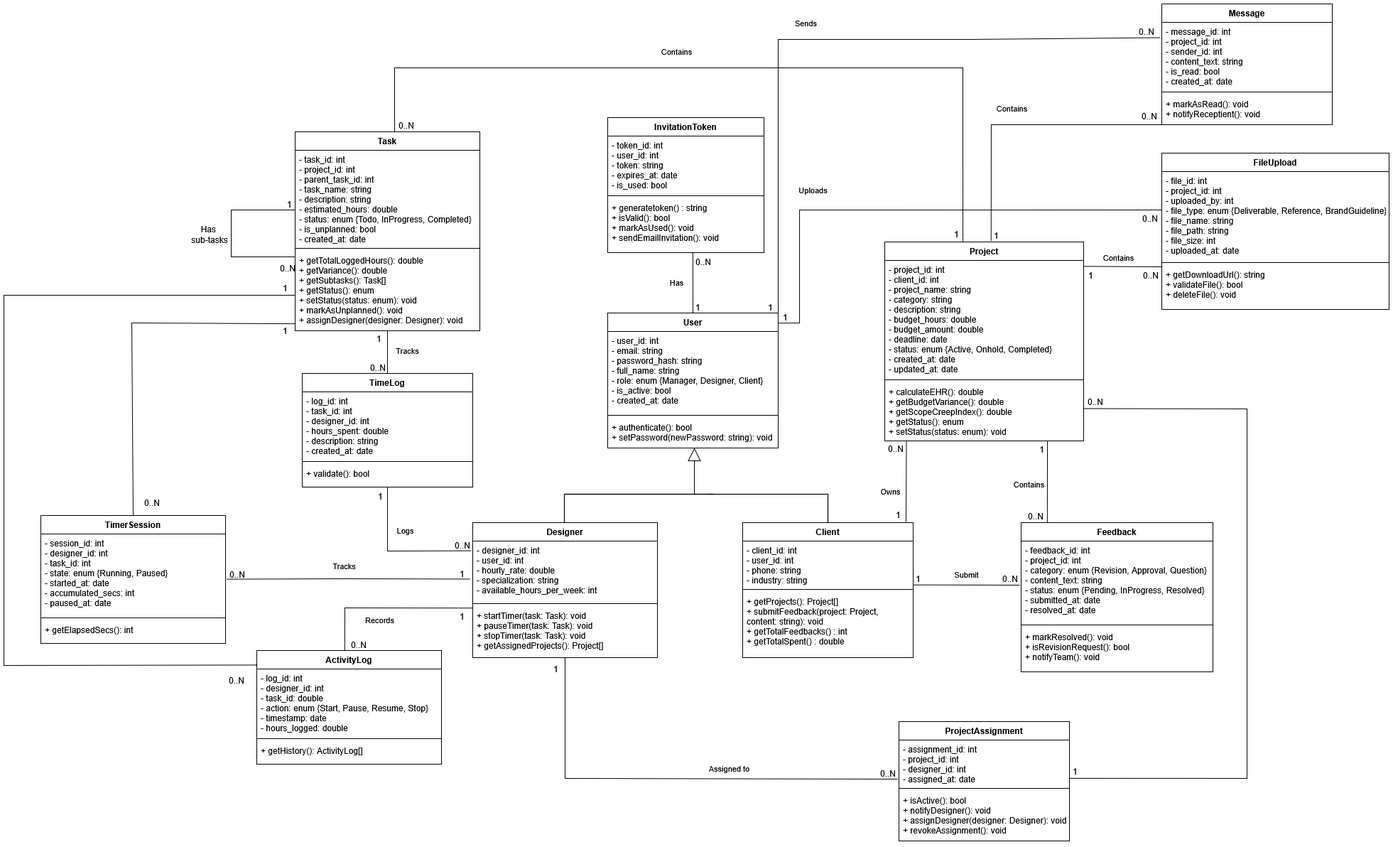
Before: docs/diagrams/ClassGlobal.drawio.png, a diagram exported from draw.io (mahdi000666/DesignFlow). Source tidied: cells renumbered, new cells last; positions are measured from the earlier drawing's top-left corner, leaving out a move shared by most shapes.
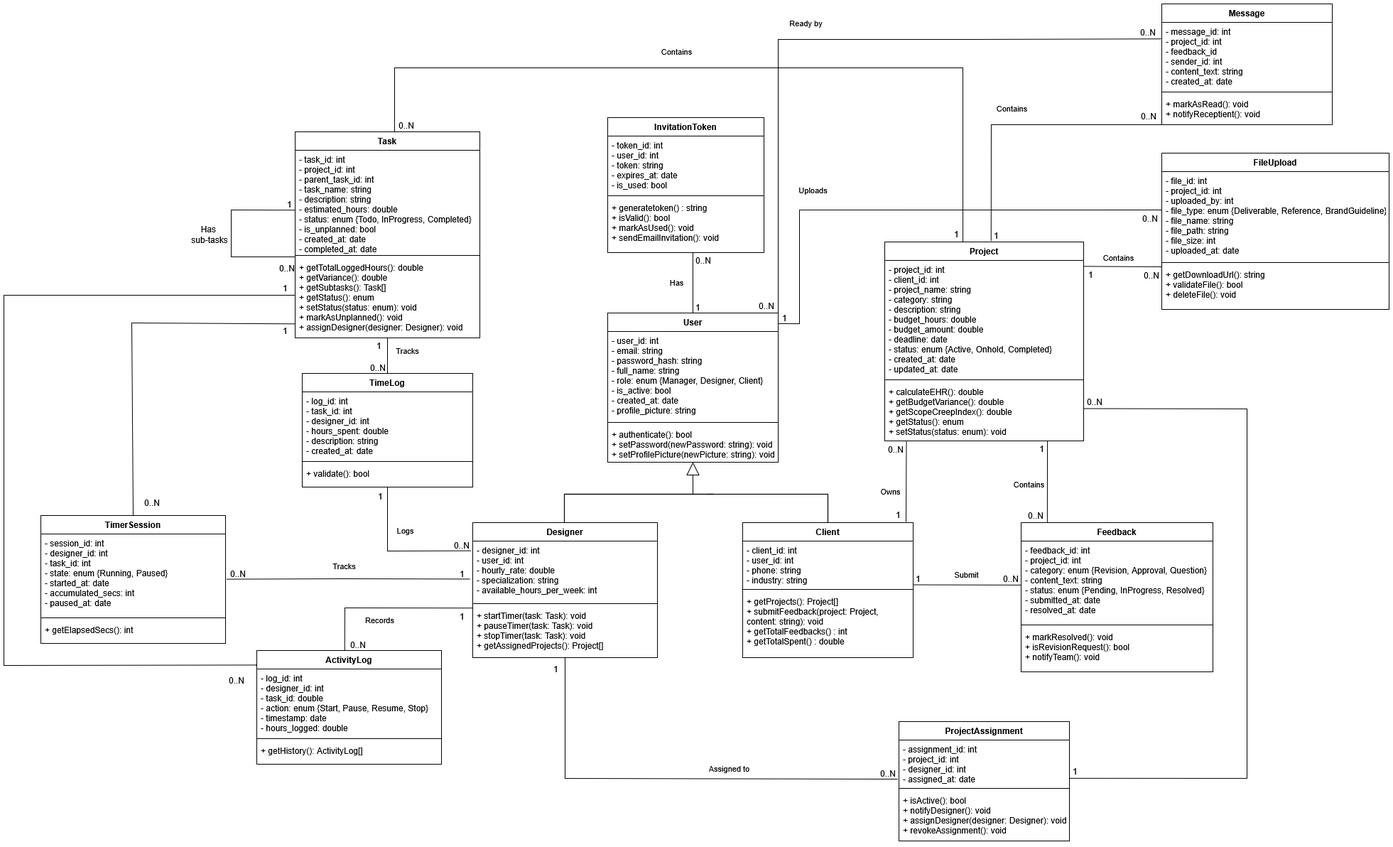
Later version of the same file.

What changed in the source:
```diff
@@ -3,16 +3,16 @@
     <mxCell id="0" />
     <mxCell id="1" parent="0" />
     <mxCell id="2" value="User" style="swimlane;fontStyle=1;align=center;verticalAlign=top;horizontal=1;startSize=26;swimlaneFillColor=default;" parent="1" vertex="1">
-      <mxGeometry x="850" y="435" width="240" height="190" as="geometry" />
+      <mxGeometry x="850" y="435" width="240" height="210" as="geometry" />
     </mxCell>
-    <mxCell id="3" value="- user_id: int&#10;- email: string&#10;- password_hash: string&#10;- full_name: string&#10;- role: enum {Manager, Designer, Client}&#10;- is_active: bool&#10;- created_at: date" style="text;strokeColor=none;fillColor=none;align=left;verticalAlign=top;spacingLeft=4;spacingRight=4;overflow=hidden;" parent="2" vertex="1">
-      <mxGeometry y="26" width="240" height="114" as="geometry" />
+    <mxCell id="3" value="- user_id: int&#10;- email: string&#10;- password_hash: string&#10;- full_name: string&#10;- role: enum {Manager, Designer, Client}&#10;- is_active: bool&#10;- created_at: date&#10;- profile_picture: string " style="text;strokeColor=none;fillColor=none;align=left;verticalAlign=top;spacingLeft=4;spacingRight=4;overflow=hidden;" parent="2" vertex="1">
+      <mxGeometry y="26" width="240" height="124" as="geometry" />
     </mxCell>
     <mxCell id="4" style="line;strokeWidth=1;fillColor=none;align=left;verticalAlign=middle;spacingTop=-1;spacingLeft=3;spacingRight=3;labelPosition=right;" parent="2" vertex="1">
-      <mxGeometry y="140" width="240" height="8" as="geometry" />
+      <mxGeometry y="150" width="240" height="8" as="geometry" />
     </mxCell>
-    <mxCell id="5" value="+ authenticate(): bool&#10;+ setPassword(newPassword: string): void" style="text;strokeColor=none;fillColor=none;align=left;verticalAlign=top;spacingLeft=4;spacingRight=4;overflow=hidden;points=[[0,0.5],[1,0.5]];portConstraint=eastwest;" parent="2" vertex="1">
-      <mxGeometry y="148" width="240" height="42" as="geometry" />
+    <mxCell id="5" value="+ authenticate(): bool&#10;+ setPassword(newPassword: string): void&#10;+ setProfilePicture(newPicture: string): void" style="text;strokeColor=none;fillColor=none;align=left;verticalAlign=top;spacingLeft=4;spacingRight=4;overflow=hidden;points=[[0,0.5],[1,0.5]];portConstraint=eastwest;" parent="2" vertex="1">
+      <mxGeometry y="158" width="240" height="52" as="geometry" />
     </mxCell>
     <mxCell id="6" value="Designer" style="swimlane;fontStyle=1;align=center;verticalAlign=top;horizontal=1;startSize=26;swimlaneFillColor=default;" parent="1" vertex="1">
       <mxGeometry x="660" y="730" width="260" height="190" as="geometry" />
@@ -63,16 +63,16 @@
       <mxGeometry y="198" width="280" height="82" as="geometry" />
     </mxCell>
     <mxCell id="22" value="Task" style="swimlane;fontStyle=1;align=center;verticalAlign=top;horizontal=1;startSize=26;swimlaneFillColor=default;" parent="1" vertex="1">
-      <mxGeometry x="410" y="180" width="260" height="280" as="geometry" />
+      <mxGeometry x="410" y="180" width="260" height="290" as="geometry" />
     </mxCell>
-    <mxCell id="23" value="- task_id: int&#10;- project_id: int&#10;- parent_task_id: int&#10;- task_name: string&#10;- description: string&#10;- estimated_hours: double&#10;- status: enum {Todo, InProgress, Completed}&#10;- is_unplanned: bool&#10;- created_at: date" style="text;strokeColor=none;fillColor=none;align=left;verticalAlign=top;spacingLeft=4;spacingRight=4;overflow=hidden;points=[[0,0.5],[1,0.5]];portConstraint=eastwest;" parent="22" vertex="1">
-      <mxGeometry y="26" width="260" height="134" as="geometry" />
+    <mxCell id="23" value="- task_id: int&#10;- project_id: int&#10;- parent_task_id: int&#10;- task_name: string&#10;- description: string&#10;- estimated_hours: double&#10;- status: enum {Todo, InProgress, Completed}&#10;- is_unplanned: bool&#10;- created_at: date&#10;- completed_at: date" style="text;strokeColor=none;fillColor=none;align=left;verticalAlign=top;spacingLeft=4;spacingRight=4;overflow=hidden;points=[[0,0.5],[1,0.5]];portConstraint=eastwest;" parent="22" vertex="1">
+      <mxGeometry y="26" width="260" height="144" as="geometry" />
     </mxCell>
     <mxCell id="24" style="line;strokeWidth=1;fillColor=none;align=left;verticalAlign=middle;spacingTop=-1;spacingLeft=3;spacingRight=3;labelPosition=right;" parent="22" vertex="1">
-      <mxGeometry y="160" width="260" height="8" as="geometry" />
+      <mxGeometry y="170" width="260" height="8" as="geometry" />
     </mxCell>
     <mxCell id="25" value="+ getTotalLoggedHours(): double&#10;+ getVariance(): double&#10;+ getSubtasks(): Task[]&#10;+ getStatus(): enum&#10;+ setStatus(status: enum): void&#10;+ markAsUnplanned(): void&#10;+ assignDesigner(designer: Designer): void" style="text;strokeColor=none;fillColor=none;align=left;verticalAlign=top;spacingLeft=4;spacingRight=4;overflow=hidden;points=[[0,0.5],[1,0.5]];portConstraint=eastwest;" parent="22" vertex="1">
-      <mxGeometry y="168" width="260" height="112" as="geometry" />
+      <mxGeometry y="178" width="260" height="112" as="geometry" />
     </mxCell>
     <mxCell id="26" value="TimeLog" style="swimlane;fontStyle=1;align=center;verticalAlign=top;horizontal=1;startSize=26;swimlaneFillColor=default;" parent="1" vertex="1">
       <mxGeometry x="420" y="520" width="240" height="160" as="geometry" />
@@ -101,7 +101,7 @@
     <mxCell id="34" value="Message" style="swimlane;fontStyle=1;align=center;verticalAlign=top;horizontal=1;startSize=26;swimlaneFillColor=default;" parent="1" vertex="1">
       <mxGeometry x="1630" width="240" height="170" as="geometry" />
     </mxCell>
-    <mxCell id="35" value="- message_id: int&#10;- project_id: int&#10;- sender_id: int&#10;- content_text: string&#10;- is_read: bool&#10;- created_at: date" style="text;strokeColor=none;fillColor=none;align=left;verticalAlign=top;spacingLeft=4;spacingRight=4;overflow=hidden;points=[[0,0.5],[1,0.5]];portConstraint=eastwest;" parent="34" vertex="1">
+    <mxCell id="35" value="- message_id: int&#10;- project_id: int&#10;- feedback_id&#10;- sender_id: int&#10;- content_text: string&#10;- created_at: date" style="text;strokeColor=none;fillColor=none;align=left;verticalAlign=top;spacingLeft=4;spacingRight=4;overflow=hidden;points=[[0,0.5],[1,0.5]];portConstraint=eastwest;" parent="34" vertex="1">
       <mxGeometry y="26" width="240" height="94" as="geometry" />
     </mxCell>
     <mxCell id="36" style="line;strokeWidth=1;fillColor=none;align=left;verticalAlign=middle;spacingTop=-1;spacingLeft=3;spacingRight=3;labelPosition=right;" parent="34" vertex="1">
@@ -140,10 +140,9 @@
         </Array>
       </mxGeometry>
     </mxCell>
-    <mxCell id="44" style="endArrow=block;endSize=16;endFill=0;html=1;rounded=0;entryX=0.425;entryY=0.881;entryDx=0;entryDy=0;entryPerimeter=0;labelBorderColor=#CC99FF;fontColor=default;labelBackgroundColor=default;strokeColor=default;" parent="1" edge="1">
+    <mxCell id="44" style="endArrow=block;endSize=16;endFill=0;html=1;rounded=0;labelBorderColor=#CC99FF;fontColor=default;labelBackgroundColor=default;strokeColor=default;" parent="1" edge="1" target="5">
       <mxGeometry x="-1" y="136" relative="1" as="geometry">
-        <mxPoint x="972" y="690" as="sourcePoint" />
-        <mxPoint x="972" y="625" as="targetPoint" />
+        <mxPoint x="970" y="690" as="sourcePoint" />
         <mxPoint x="-110" y="56" as="offset" />
       </mxGeometry>
     </mxCell>
@@ -389,10 +388,10 @@
         <mxPoint x="18" y="6" as="offset" />
       </mxGeometry>
     </mxCell>
-    <mxCell id="92" style="endArrow=none;html=1;rounded=0;entryX=0;entryY=0.435;entryDx=0;entryDy=0;entryPerimeter=0;exitX=1.004;exitY=0.075;exitDx=0;exitDy=0;exitPerimeter=0;" parent="1" edge="1" source="2" target="55">
+    <mxCell id="92" style="endArrow=none;html=1;rounded=0;entryX=0;entryY=0.435;entryDx=0;entryDy=0;entryPerimeter=0;exitX=1;exitY=0.071;exitDx=0;exitDy=0;exitPerimeter=0;" parent="1" edge="1" source="2" target="55">
       <mxGeometry relative="1" as="geometry">
         <Array as="points">
-          <mxPoint x="1120" y="449" />
+          <mxPoint x="1120" y="450" />
           <mxPoint x="1120" y="370" />
           <mxPoint x="1120" y="290" />
         </Array>
@@ -413,7 +412,7 @@
         <mxPoint x="18" y="6" as="offset" />
       </mxGeometry>
     </mxCell>
-    <mxCell id="96" style="endArrow=none;html=1;rounded=0;exitX=1;exitY=0;exitDx=0;exitDy=0;entryX=-0.009;entryY=0.229;entryDx=0;entryDy=0;entryPerimeter=0;" parent="1" edge="1" source="2" target="35">
+    <mxCell id="96" style="endArrow=none;html=1;rounded=0;exitX=1;exitY=0;exitDx=0;exitDy=0;entryX=-0.003;entryY=0.247;entryDx=0;entryDy=0;entryPerimeter=0;" parent="1" edge="1" source="2" target="35">
       <mxGeometry relative="1" as="geometry">
         <Array as="points">
           <mxPoint x="1090" y="50" />
@@ -421,9 +420,9 @@
         </Array>
       </mxGeometry>
     </mxCell>
-    <mxCell id="97" value="1" style="html=1;whiteSpace=wrap;align=left;verticalAlign=bottom;" parent="96" vertex="1">
+    <mxCell id="97" value="0..N" style="html=1;whiteSpace=wrap;align=left;verticalAlign=bottom;" parent="96" vertex="1">
       <mxGeometry x="-1" relative="1" as="geometry">
-        <mxPoint x="-16" as="offset" />
+        <mxPoint x="-29" y="-2" as="offset" />
       </mxGeometry>
     </mxCell>
     <mxCell id="98" value="0..N" style="html=1;whiteSpace=wrap;align=right;verticalAlign=bottom;" parent="96" vertex="1">
@@ -431,12 +430,12 @@
         <mxPoint x="-7" y="-1" as="offset" />
       </mxGeometry>
     </mxCell>
-    <mxCell id="99" value="Sends" style="edgeLabel;html=1;align=center;verticalAlign=middle;" parent="1" vertex="1">
+    <mxCell id="99" value="Ready by" style="edgeLabel;html=1;align=center;verticalAlign=middle;" parent="1" vertex="1">
       <mxGeometry x="1110" y="20" as="geometry">
         <mxPoint x="18" y="6" as="offset" />
       </mxGeometry>
     </mxCell>
-    <mxCell id="100" style="endArrow=none;html=1;rounded=0;entryX=0;entryY=0.627;entryDx=0;entryDy=0;entryPerimeter=0;" parent="1" edge="1" target="23">
+    <mxCell id="100" style="endArrow=none;html=1;rounded=0;entryX=-0.002;entryY=0.585;entryDx=0;entryDy=0;entryPerimeter=0;" parent="1" edge="1" target="23">
       <mxGeometry relative="1" as="geometry">
         <mxPoint x="410" y="356" as="sourcePoint" />
         <Array as="points">
@@ -546,7 +545,7 @@
         <mxPoint x="1" y="8" as="offset" />
       </mxGeometry>
     </mxCell>
-    <mxCell id="123" style="endArrow=none;html=1;rounded=0;entryX=0.001;entryY=0.912;entryDx=0;entryDy=0;entryPerimeter=0;exitX=0.5;exitY=0;exitDx=0;exitDy=0;" parent="1" edge="1" source="104" target="25">
+    <mxCell id="123" style="endArrow=none;html=1;rounded=0;entryX=0.001;entryY=0.824;entryDx=0;entryDy=0;entryPerimeter=0;exitX=0.5;exitY=0;exitDx=0;exitDy=0;" parent="1" edge="1" source="104" target="25">
       <mxGeometry relative="1" as="geometry">
         <Array as="points">
           <mxPoint x="180" y="449" />
```
